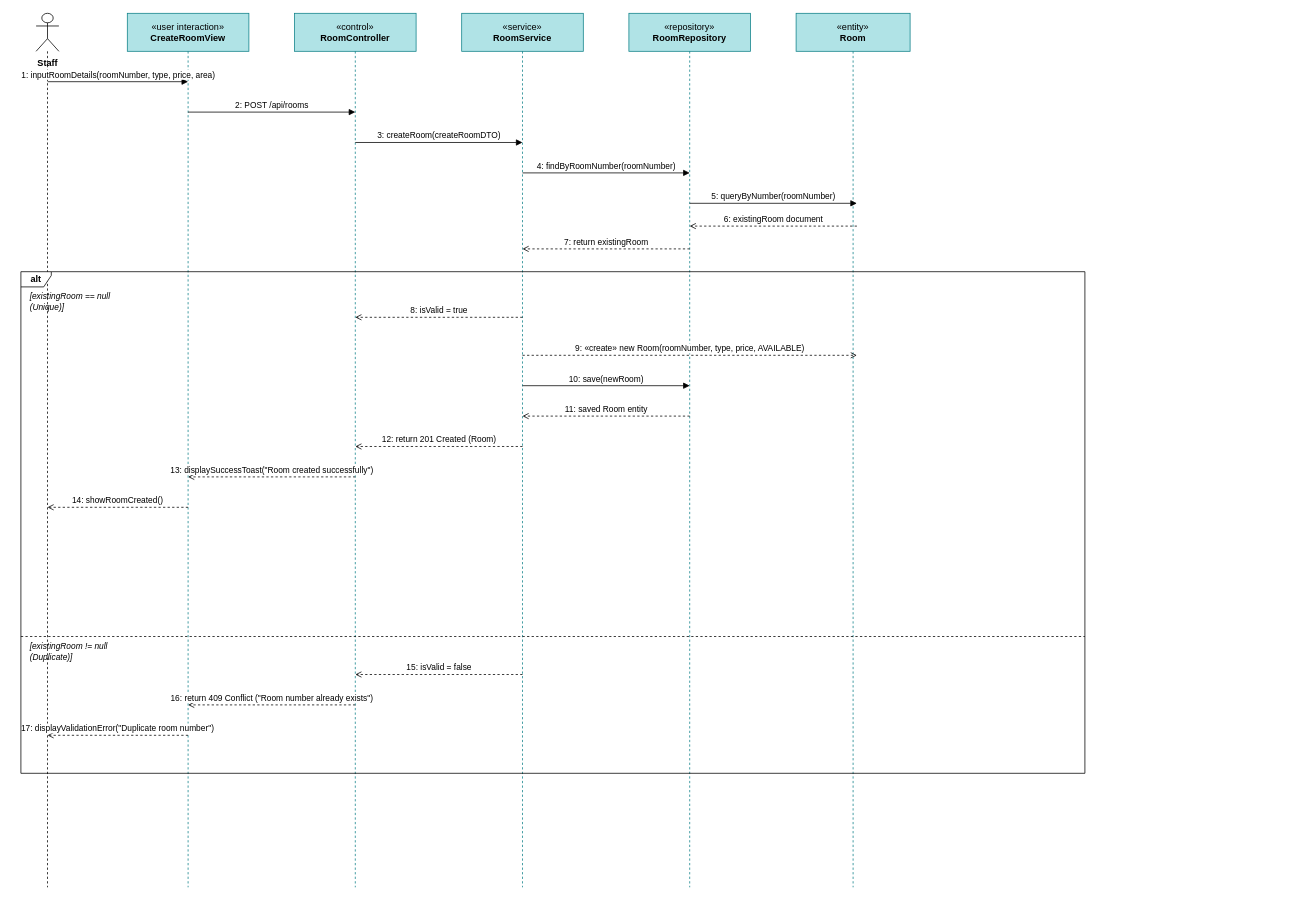
This is docs/diagrams/UC-M04_1_Create_Room_SequenceDiagram.drawio from WanFJava/MotalManagementSystems, a draw.io file, before an edit. Source tidied: cells renumbered, new cells numbered last; positions are measured from the earlier drawing's top-left corner, leaving out a move shared by most shapes. Both pictures are drawn from the tidied source at 76%, with x=0, y=0 at pixel (21, 13).
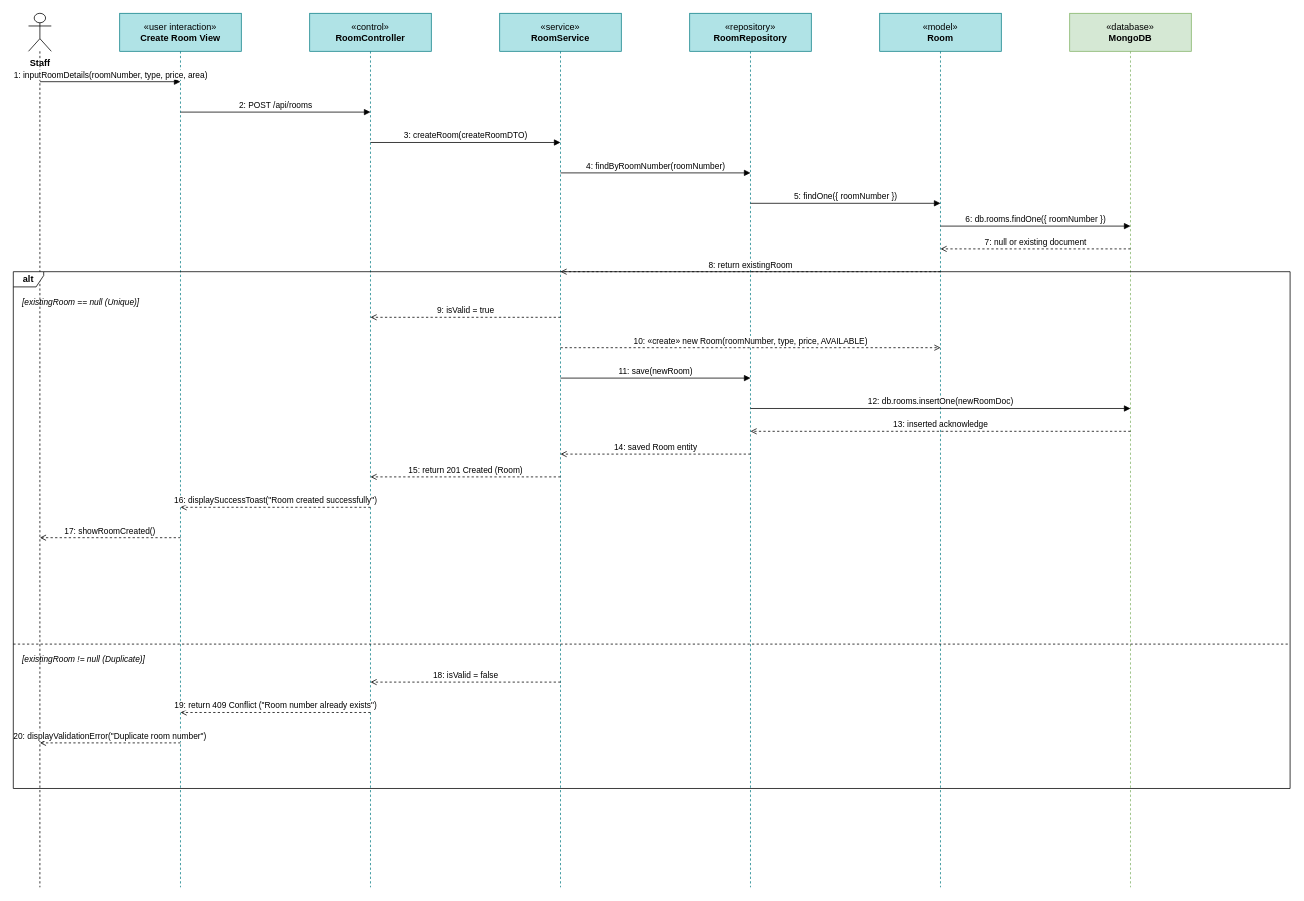
The same diagram, later.

Change to the diagram source:
```diff
@@
     <mxCell id="2" value="Staff" style="shape=umlLifeline;participant=umlActor;perimeter=lifelinePerimeter;whiteSpace=nowrap;html=1;verticalAlign=top;spacingTop=52;size=50;fontStyle=1;" parent="1" vertex="1">
-      <mxGeometry x="20" width="30" height="1150" as="geometry" />
+      <mxGeometry x="10" width="30" height="1150" as="geometry" />
     </mxCell>
-    <mxCell id="3" value="&amp;laquo;user interaction&amp;raquo;&lt;br&gt;&lt;b&gt;CreateRoomView&lt;/b&gt;" style="shape=umlLifeline;perimeter=lifelinePerimeter;whiteSpace=wrap;html=1;size=50;fillColor=#b0e3e6;strokeColor=#0e8088;" parent="1" vertex="1">
-      <mxGeometry x="140" width="160" height="1150" as="geometry" />
-    </mxCell>
+    <mxCell id="29" value="&amp;laquo;user interaction&amp;raquo;&lt;br&gt;&lt;b&gt;Create Room View&lt;/b&gt;" style="shape=umlLifeline;perimeter=lifelinePerimeter;whiteSpace=wrap;html=1;size=50;fillColor=#b0e3e6;strokeColor=#0e8088;" parent="1" vertex="1">
+      <mxGeometry x="130" width="160" height="1150" as="geometry" />
+    </mxCell>
     <mxCell id="4" value="&amp;laquo;control&amp;raquo;&lt;br&gt;&lt;b&gt;RoomController&lt;/b&gt;" style="shape=umlLifeline;perimeter=lifelinePerimeter;whiteSpace=wrap;html=1;size=50;fillColor=#b0e3e6;strokeColor=#0e8088;" parent="1" vertex="1">
-      <mxGeometry x="360" width="160" height="1150" as="geometry" />
+      <mxGeometry x="380" width="160" height="1150" as="geometry" />
     </mxCell>
     <mxCell id="5" value="&amp;laquo;service&amp;raquo;&lt;br&gt;&lt;b&gt;RoomService&lt;/b&gt;" style="shape=umlLifeline;perimeter=lifelinePerimeter;whiteSpace=wrap;html=1;size=50;fillColor=#b0e3e6;strokeColor=#0e8088;" parent="1" vertex="1">
-      <mxGeometry x="580" width="160" height="1150" as="geometry" />
+      <mxGeometry x="630" width="160" height="1150" as="geometry" />
     </mxCell>
     <mxCell id="6" value="&amp;laquo;repository&amp;raquo;&lt;br&gt;&lt;b&gt;RoomRepository&lt;/b&gt;" style="shape=umlLifeline;perimeter=lifelinePerimeter;whiteSpace=wrap;html=1;size=50;fillColor=#b0e3e6;strokeColor=#0e8088;" parent="1" vertex="1">
-      <mxGeometry x="800" width="160" height="1150" as="geometry" />
+      <mxGeometry x="880" width="160" height="1150" as="geometry" />
     </mxCell>
-    <mxCell id="7" value="&amp;laquo;entity&amp;raquo;&lt;br&gt;&lt;b&gt;Room&lt;/b&gt;" style="shape=umlLifeline;perimeter=lifelinePerimeter;whiteSpace=wrap;html=1;size=50;fillColor=#b0e3e6;strokeColor=#0e8088;" parent="1" vertex="1">
-      <mxGeometry x="1020" width="150" height="1150" as="geometry" />
-    </mxCell>
+    <mxCell id="30" value="&amp;laquo;model&amp;raquo;&lt;br&gt;&lt;b&gt;Room&lt;/b&gt;" style="shape=umlLifeline;perimeter=lifelinePerimeter;whiteSpace=wrap;html=1;size=50;fillColor=#b0e3e6;strokeColor=#0e8088;" parent="1" vertex="1">
+      <mxGeometry x="1130" width="160" height="1150" as="geometry" />
+    </mxCell>
+    <mxCell id="31" value="&amp;laquo;database&amp;raquo;&lt;br&gt;&lt;b&gt;MongoDB&lt;/b&gt;" style="shape=umlLifeline;perimeter=lifelinePerimeter;whiteSpace=wrap;html=1;size=50;fillColor=#d5e8d4;strokeColor=#82b366;" parent="1" vertex="1">
+      <mxGeometry x="1380" width="160" height="1150" as="geometry" />
+    </mxCell>
     <mxCell id="8" value="1: inputRoomDetails(roomNumber, type, price, area)" style="endArrow=block;endFill=1;html=1;rounded=0;exitX=0.5;exitY=0;entryX=0.5;entryY=0;fontSize=11;verticalAlign=bottom;" parent="1" edge="1">
       <mxGeometry relative="1" as="geometry">
-        <mxPoint x="35" y="90" as="sourcePoint" />
-        <mxPoint x="220" y="90" as="targetPoint" />
+        <mxPoint x="25" y="90" as="sourcePoint" />
+        <mxPoint x="210" y="90" as="targetPoint" />
       </mxGeometry>
     </mxCell>
     <mxCell id="9" value="2: POST /api/rooms" style="endArrow=block;endFill=1;html=1;rounded=0;exitX=0.5;exitY=0;entryX=0.5;entryY=0;fontSize=11;verticalAlign=bottom;" parent="1" edge="1">
       <mxGeometry relative="1" as="geometry">
-        <mxPoint x="220" y="130" as="sourcePoint" />
-        <mxPoint x="440" y="130" as="targetPoint" />
+        <mxPoint x="210" y="130" as="sourcePoint" />
+        <mxPoint x="460" y="130" as="targetPoint" />
       </mxGeometry>
     </mxCell>
     <mxCell id="10" value="3: createRoom(createRoomDTO)" style="endArrow=block;endFill=1;html=1;rounded=0;exitX=0.5;exitY=0;entryX=0.5;entryY=0;fontSize=11;verticalAlign=bottom;" parent="1" edge="1">
       <mxGeometry relative="1" as="geometry">
-        <mxPoint x="440" y="170" as="sourcePoint" />
-        <mxPoint x="660" y="170" as="targetPoint" />
+        <mxPoint x="460" y="170" as="sourcePoint" />
+        <mxPoint x="710" y="170" as="targetPoint" />
       </mxGeometry>
     </mxCell>
     <mxCell id="11" value="4: findByRoomNumber(roomNumber)" style="endArrow=block;endFill=1;html=1;rounded=0;exitX=0.5;exitY=0;entryX=0.5;entryY=0;fontSize=11;verticalAlign=bottom;" parent="1" edge="1">
       <mxGeometry relative="1" as="geometry">
-        <mxPoint x="660" y="210" as="sourcePoint" />
-        <mxPoint x="880" y="210" as="targetPoint" />
+        <mxPoint x="710" y="210" as="sourcePoint" />
+        <mxPoint x="960" y="210" as="targetPoint" />
       </mxGeometry>
     </mxCell>
-    <mxCell id="12" value="5: queryByNumber(roomNumber)" style="endArrow=block;endFill=1;html=1;rounded=0;exitX=0.5;exitY=0;entryX=0.5;entryY=0;fontSize=11;verticalAlign=bottom;" parent="1" edge="1">
+    <mxCell id="12" value="5: findOne({ roomNumber })" style="endArrow=block;endFill=1;html=1;rounded=0;exitX=0.5;exitY=0;entryX=0.5;entryY=0;fontSize=11;verticalAlign=bottom;" parent="1" edge="1">
       <mxGeometry relative="1" as="geometry">
-        <mxPoint x="880" y="250" as="sourcePoint" />
-        <mxPoint x="1100" y="250" as="targetPoint" />
+        <mxPoint x="960" y="250" as="sourcePoint" />
+        <mxPoint x="1210" y="250" as="targetPoint" />
       </mxGeometry>
     </mxCell>
-    <mxCell id="13" value="6: existingRoom document" style="endArrow=open;dashed=1;endFill=0;html=1;rounded=0;exitX=0.5;exitY=0;entryX=0.5;entryY=0;fontSize=11;verticalAlign=bottom;" parent="1" edge="1">
+    <mxCell id="13" value="6: db.rooms.findOne({ roomNumber })" style="endArrow=block;endFill=1;html=1;rounded=0;exitX=0.5;exitY=0;entryX=0.5;entryY=0;fontSize=11;verticalAlign=bottom;" parent="1" edge="1">
       <mxGeometry relative="1" as="geometry">
-        <mxPoint x="1100" y="280" as="sourcePoint" />
-        <mxPoint x="880" y="280" as="targetPoint" />
+        <mxPoint x="1210" y="280" as="sourcePoint" />
+        <mxPoint x="1460" y="280" as="targetPoint" />
       </mxGeometry>
     </mxCell>
-    <mxCell id="14" value="7: return existingRoom" style="endArrow=open;dashed=1;endFill=0;html=1;rounded=0;exitX=0.5;exitY=0;entryX=0.5;entryY=0;fontSize=11;verticalAlign=bottom;" parent="1" edge="1">
+    <mxCell id="14" value="7: null or existing document" style="endArrow=open;dashed=1;endFill=0;html=1;rounded=0;exitX=0.5;exitY=0;entryX=0.5;entryY=0;fontSize=11;verticalAlign=bottom;" parent="1" edge="1">
       <mxGeometry relative="1" as="geometry">
-        <mxPoint x="880" y="310" as="sourcePoint" />
-        <mxPoint x="660" y="310" as="targetPoint" />
+        <mxPoint x="1460" y="310" as="sourcePoint" />
+        <mxPoint x="1210" y="310" as="targetPoint" />
       </mxGeometry>
     </mxCell>
-    <mxCell id="15" value="8: isValid = true" style="endArrow=open;dashed=1;endFill=0;html=1;rounded=0;exitX=0.5;exitY=0;entryX=0.5;entryY=0;fontSize=11;verticalAlign=bottom;" parent="1" edge="1">
+    <mxCell id="15" value="8: return existingRoom" style="endArrow=open;dashed=1;endFill=0;html=1;rounded=0;exitX=0.5;exitY=0;entryX=0.5;entryY=0;fontSize=11;verticalAlign=bottom;" parent="1" edge="1">
       <mxGeometry relative="1" as="geometry">
-        <mxPoint x="660" y="400" as="sourcePoint" />
-        <mxPoint x="440" y="400" as="targetPoint" />
+        <mxPoint x="1210" y="340" as="sourcePoint" />
+        <mxPoint x="710" y="340" as="targetPoint" />
       </mxGeometry>
     </mxCell>
-    <mxCell id="16" value="9: «create» new Room(roomNumber, type, price, AVAILABLE)" style="endArrow=open;dashed=1;endFill=0;html=1;rounded=0;exitX=0.5;exitY=0;entryX=0.5;entryY=0;fontSize=11;verticalAlign=bottom;" parent="1" edge="1">
+    <mxCell id="16" value="9: isValid = true" style="endArrow=open;dashed=1;endFill=0;html=1;rounded=0;exitX=0.5;exitY=0;entryX=0.5;entryY=0;fontSize=11;verticalAlign=bottom;" parent="1" edge="1">
       <mxGeometry relative="1" as="geometry">
-        <mxPoint x="660" y="450" as="sourcePoint" />
-        <mxPoint x="1100" y="450" as="targetPoint" />
+        <mxPoint x="710" y="400" as="sourcePoint" />
+        <mxPoint x="460" y="400" as="targetPoint" />
       </mxGeometry>
     </mxCell>
-    <mxCell id="17" value="10: save(newRoom)" style="endArrow=block;endFill=1;html=1;rounded=0;exitX=0.5;exitY=0;entryX=0.5;entryY=0;fontSize=11;verticalAlign=bottom;" parent="1" edge="1">
+    <mxCell id="17" value="10: «create» new Room(roomNumber, type, price, AVAILABLE)" style="endArrow=open;dashed=1;endFill=0;html=1;rounded=0;exitX=0.5;exitY=0;entryX=0.5;entryY=0;fontSize=11;verticalAlign=bottom;" parent="1" edge="1">
       <mxGeometry relative="1" as="geometry">
-        <mxPoint x="660" y="490" as="sourcePoint" />
-        <mxPoint x="880" y="490" as="targetPoint" />
+        <mxPoint x="710" y="440" as="sourcePoint" />
+        <mxPoint x="1210" y="440" as="targetPoint" />
       </mxGeometry>
     </mxCell>
-    <mxCell id="18" value="11: saved Room entity" style="endArrow=open;dashed=1;endFill=0;html=1;rounded=0;exitX=0.5;exitY=0;entryX=0.5;entryY=0;fontSize=11;verticalAlign=bottom;" parent="1" edge="1">
+    <mxCell id="18" value="11: save(newRoom)" style="endArrow=block;endFill=1;html=1;rounded=0;exitX=0.5;exitY=0;entryX=0.5;entryY=0;fontSize=11;verticalAlign=bottom;" parent="1" edge="1">
       <mxGeometry relative="1" as="geometry">
-        <mxPoint x="880" y="530" as="sourcePoint" />
-        <mxPoint x="660" y="530" as="targetPoint" />
+        <mxPoint x="710" y="480" as="sourcePoint" />
+        <mxPoint x="960" y="480" as="targetPoint" />
       </mxGeometry>
     </mxCell>
-    <mxCell id="19" value="12: return 201 Created (Room)" style="endArrow=open;dashed=1;endFill=0;html=1;rounded=0;exitX=0.5;exitY=0;entryX=0.5;entryY=0;fontSize=11;verticalAlign=bottom;" parent="1" edge="1">
+    <mxCell id="19" value="12: db.rooms.insertOne(newRoomDoc)" style="endArrow=block;endFill=1;html=1;rounded=0;exitX=0.5;exitY=0;entryX=0.5;entryY=0;fontSize=11;verticalAlign=bottom;" parent="1" edge="1">
       <mxGeometry relative="1" as="geometry">
-        <mxPoint x="660" y="570" as="sourcePoint" />
-        <mxPoint x="440" y="570" as="targetPoint" />
+        <mxPoint x="960" y="520" as="sourcePoint" />
+        <mxPoint x="1460" y="520" as="targetPoint" />
       </mxGeometry>
     </mxCell>
-    <mxCell id="20" value="13: displaySuccessToast(&quot;Room created successfully&quot;)" style="endArrow=open;dashed=1;endFill=0;html=1;rounded=0;exitX=0.5;exitY=0;entryX=0.5;entryY=0;fontSize=11;verticalAlign=bottom;" parent="1" edge="1">
+    <mxCell id="20" value="13: inserted acknowledge" style="endArrow=open;dashed=1;endFill=0;html=1;rounded=0;exitX=0.5;exitY=0;entryX=0.5;entryY=0;fontSize=11;verticalAlign=bottom;" parent="1" edge="1">
       <mxGeometry relative="1" as="geometry">
-        <mxPoint x="440" y="610" as="sourcePoint" />
-        <mxPoint x="220" y="610" as="targetPoint" />
+        <mxPoint x="1460" y="550" as="sourcePoint" />
+        <mxPoint x="960" y="550" as="targetPoint" />
       </mxGeometry>
     </mxCell>
-    <mxCell id="21" value="14: showRoomCreated()" style="endArrow=open;dashed=1;endFill=0;html=1;rounded=0;exitX=0.5;exitY=0;entryX=0.5;entryY=0;fontSize=11;verticalAlign=bottom;" parent="1" edge="1">
+    <mxCell id="21" value="14: saved Room entity" style="endArrow=open;dashed=1;endFill=0;html=1;rounded=0;exitX=0.5;exitY=0;entryX=0.5;entryY=0;fontSize=11;verticalAlign=bottom;" parent="1" edge="1">
       <mxGeometry relative="1" as="geometry">
-        <mxPoint x="220" y="650" as="sourcePoint" />
-        <mxPoint x="35" y="650" as="targetPoint" />
+        <mxPoint x="960" y="580" as="sourcePoint" />
+        <mxPoint x="710" y="580" as="targetPoint" />
       </mxGeometry>
     </mxCell>
-    <mxCell id="22" value="15: isValid = false" style="endArrow=open;dashed=1;endFill=0;html=1;rounded=0;exitX=0.5;exitY=0;entryX=0.5;entryY=0;fontSize=11;verticalAlign=bottom;" parent="1" edge="1">
+    <mxCell id="22" value="15: return 201 Created (Room)" style="endArrow=open;dashed=1;endFill=0;html=1;rounded=0;exitX=0.5;exitY=0;entryX=0.5;entryY=0;fontSize=11;verticalAlign=bottom;" parent="1" edge="1">
       <mxGeometry relative="1" as="geometry">
-        <mxPoint x="660" y="870" as="sourcePoint" />
-        <mxPoint x="440" y="870" as="targetPoint" />
+        <mxPoint x="710" y="610" as="sourcePoint" />
+        <mxPoint x="460" y="610" as="targetPoint" />
       </mxGeometry>
     </mxCell>
-    <mxCell id="23" value="16: return 409 Conflict (&quot;Room number already exists&quot;)" style="endArrow=open;dashed=1;endFill=0;html=1;rounded=0;exitX=0.5;exitY=0;entryX=0.5;entryY=0;fontSize=11;verticalAlign=bottom;" parent="1" edge="1">
+    <mxCell id="23" value="16: displaySuccessToast(&quot;Room created successfully&quot;)" style="endArrow=open;dashed=1;endFill=0;html=1;rounded=0;exitX=0.5;exitY=0;entryX=0.5;entryY=0;fontSize=11;verticalAlign=bottom;" parent="1" edge="1">
       <mxGeometry relative="1" as="geometry">
-        <mxPoint x="440" y="910" as="sourcePoint" />
-        <mxPoint x="220" y="910" as="targetPoint" />
+        <mxPoint x="460" y="650" as="sourcePoint" />
+        <mxPoint x="210" y="650" as="targetPoint" />
       </mxGeometry>
     </mxCell>
-    <mxCell id="24" value="17: displayValidationError(&quot;Duplicate room number&quot;)" style="endArrow=open;dashed=1;endFill=0;html=1;rounded=0;exitX=0.5;exitY=0;entryX=0.5;entryY=0;fontSize=11;verticalAlign=bottom;" parent="1" edge="1">
+    <mxCell id="24" value="17: showRoomCreated()" style="endArrow=open;dashed=1;endFill=0;html=1;rounded=0;exitX=0.5;exitY=0;entryX=0.5;entryY=0;fontSize=11;verticalAlign=bottom;" parent="1" edge="1">
       <mxGeometry relative="1" as="geometry">
-        <mxPoint x="220" y="950" as="sourcePoint" />
-        <mxPoint x="35" y="950" as="targetPoint" />
+        <mxPoint x="210" y="690" as="sourcePoint" />
+        <mxPoint x="25" y="690" as="targetPoint" />
       </mxGeometry>
     </mxCell>
+    <mxCell id="32" value="18: isValid = false" style="endArrow=open;dashed=1;endFill=0;html=1;rounded=0;exitX=0.5;exitY=0;entryX=0.5;entryY=0;fontSize=11;verticalAlign=bottom;" parent="1" edge="1">
+      <mxGeometry relative="1" as="geometry">
+        <mxPoint x="710" y="880" as="sourcePoint" />
+        <mxPoint x="460" y="880" as="targetPoint" />
+      </mxGeometry>
+    </mxCell>
+    <mxCell id="33" value="19: return 409 Conflict (&quot;Room number already exists&quot;)" style="endArrow=open;dashed=1;endFill=0;html=1;rounded=0;exitX=0.5;exitY=0;entryX=0.5;entryY=0;fontSize=11;verticalAlign=bottom;" parent="1" edge="1">
+      <mxGeometry relative="1" as="geometry">
+        <mxPoint x="460" y="920" as="sourcePoint" />
+        <mxPoint x="210" y="920" as="targetPoint" />
+      </mxGeometry>
+    </mxCell>
+    <mxCell id="34" value="20: displayValidationError(&quot;Duplicate room number&quot;)" style="endArrow=open;dashed=1;endFill=0;html=1;rounded=0;exitX=0.5;exitY=0;entryX=0.5;entryY=0;fontSize=11;verticalAlign=bottom;" parent="1" edge="1">
+      <mxGeometry relative="1" as="geometry">
+        <mxPoint x="210" y="960" as="sourcePoint" />
+        <mxPoint x="25" y="960" as="targetPoint" />
+      </mxGeometry>
+    </mxCell>
     <mxCell id="25" value="alt" style="shape=umlFrame;whiteSpace=wrap;html=1;width=40;height=20;fontSize=12;fontStyle=1;" parent="1" vertex="1">
-      <mxGeometry y="340" width="1400" height="660" as="geometry" />
+      <mxGeometry x="-10" y="340" width="1680" height="680" as="geometry" />
     </mxCell>
     <mxCell id="26" value="[existingRoom == null (Unique)]" style="text;html=1;strokeColor=none;fillColor=none;align=left;verticalAlign=middle;whiteSpace=wrap;rounded=0;fontSize=11;fontStyle=2;" parent="1" vertex="1">
-      <mxGeometry x="10" y="370" width="150" height="20" as="geometry" />
+      <mxGeometry y="370" width="220" height="20" as="geometry" />
     </mxCell>
     <mxCell id="27" style="endArrow=none;dashed=1;html=1;rounded=0;" parent="1" edge="1">
       <mxGeometry relative="1" as="geometry">
-        <mxPoint y="820" as="sourcePoint" />
-        <mxPoint x="1400" y="820" as="targetPoint" />
+        <mxPoint x="-10" y="830" as="sourcePoint" />
+        <mxPoint x="1670" y="830" as="targetPoint" />
       </mxGeometry>
     </mxCell>
     <mxCell id="28" value="[existingRoom != null (Duplicate)]" style="text;html=1;strokeColor=none;fillColor=none;align=left;verticalAlign=middle;whiteSpace=wrap;rounded=0;fontSize=11;fontStyle=2;" parent="1" vertex="1">
-      <mxGeometry x="10" y="830" width="150" height="20" as="geometry" />
+      <mxGeometry y="840" width="220" height="20" as="geometry" />
     </mxCell>
```
